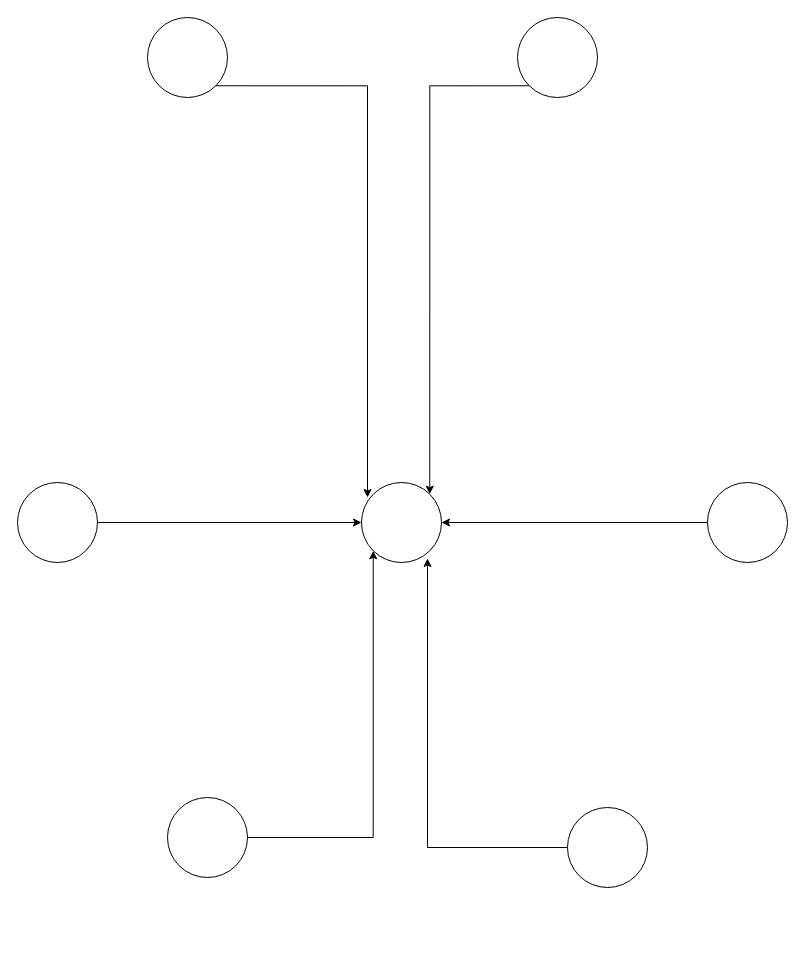
The draw.io diagram GoSolae.drawio in Diego4621996/primeroc, before the edit. Source tidied: cells renumbered, new cells numbered last; positions are measured from the earlier drawing's top-left corner, leaving out a move shared by most shapes. Both pictures are drawn from the tidied source at 100%, with x=0, y=0 at pixel (17, 17).
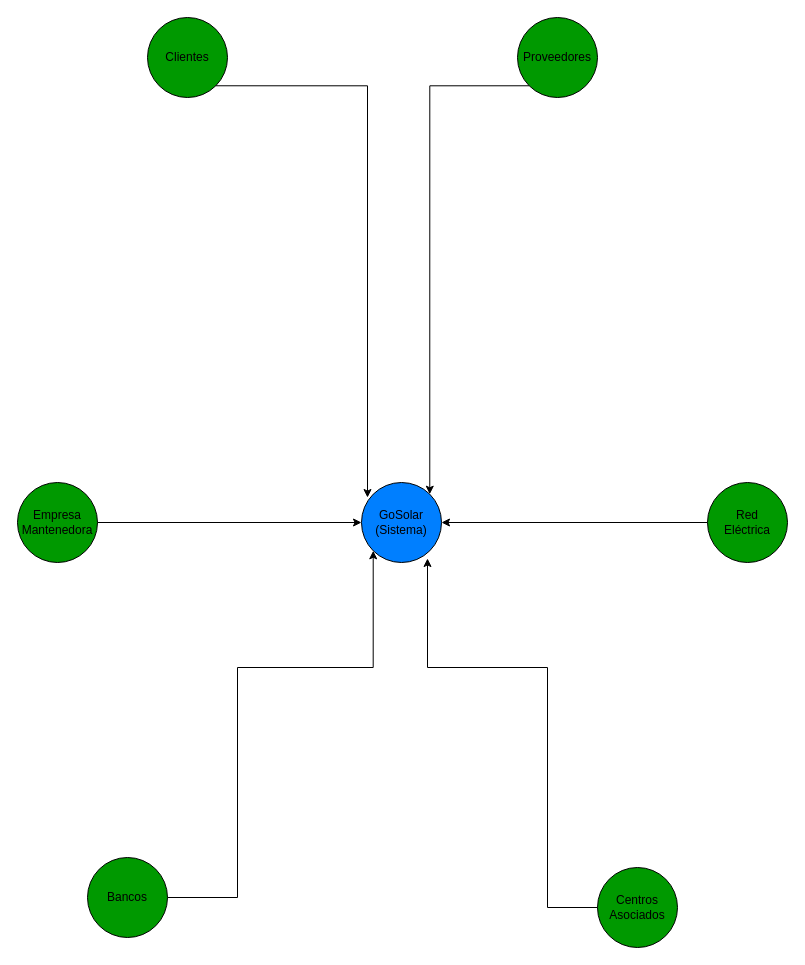
The same diagram, later.

The edit, as a diff of the source:
```diff
@@
-    <mxCell id="2" style="ellipse;whiteSpace=wrap;html=1;" parent="1" vertex="1">
+    <mxCell id="2" style="ellipse;whiteSpace=wrap;html=1;fillColor=#007FFF;" parent="1" vertex="1">
       <mxGeometry x="344" y="465" width="80" height="80" as="geometry" />
     </mxCell>
-    <mxCell id="3" style="ellipse;whiteSpace=wrap;html=1;" parent="1" vertex="1">
-      <mxGeometry x="550" y="790" width="80" height="80" as="geometry" />
+    <mxCell id="3" style="ellipse;whiteSpace=wrap;html=1;fillColor=#009900;" parent="1" vertex="1">
+      <mxGeometry x="580" y="850" width="80" height="80" as="geometry" />
     </mxCell>
     <mxCell id="4" style="edgeStyle=orthogonalEdgeStyle;rounded=0;jettySize=auto;html=1;exitX=1;exitY=0.5;exitDx=0;exitDy=0;entryX=0;entryY=1;entryDx=0;entryDy=0;" parent="1" edge="1" source="5" target="2">
-      <mxGeometry relative="1" as="geometry" />
+      <mxGeometry relative="1" as="geometry">
+        <Array as="points">
+          <mxPoint x="220" y="650" />
+          <mxPoint x="356" y="650" />
+        </Array>
+      </mxGeometry>
     </mxCell>
-    <mxCell id="5" style="ellipse;whiteSpace=wrap;html=1;" parent="1" vertex="1">
-      <mxGeometry x="150" y="780" width="80" height="80" as="geometry" />
+    <mxCell id="5" style="ellipse;whiteSpace=wrap;html=1;fillColor=#009900;" parent="1" vertex="1">
+      <mxGeometry x="70" y="840" width="80" height="80" as="geometry" />
     </mxCell>
-    <mxCell id="6" style="ellipse;whiteSpace=wrap;html=1;" parent="1" vertex="1">
+    <mxCell id="6" style="ellipse;whiteSpace=wrap;html=1;fillColor=#009900;" parent="1" vertex="1">
       <mxGeometry x="130" width="80" height="80" as="geometry" />
     </mxCell>
@@
-    <mxCell id="8" style="ellipse;whiteSpace=wrap;html=1;" parent="1" vertex="1">
+    <mxCell id="8" style="ellipse;whiteSpace=wrap;html=1;fillColor=#009900;" parent="1" vertex="1">
       <mxGeometry x="500" width="80" height="80" as="geometry" />
     </mxCell>
@@
-    <mxCell id="10" style="ellipse;whiteSpace=wrap;html=1;" parent="1" vertex="1">
+    <mxCell id="10" style="ellipse;whiteSpace=wrap;html=1;fillColor=#009900;" parent="1" vertex="1">
       <mxGeometry y="465" width="80" height="80" as="geometry" />
     </mxCell>
@@
-    <mxCell id="12" style="ellipse;whiteSpace=wrap;html=1;" parent="1" vertex="1">
+    <mxCell id="12" style="ellipse;whiteSpace=wrap;html=1;fillColor=#009900;" parent="1" vertex="1">
       <mxGeometry x="690" y="465" width="80" height="80" as="geometry" />
     </mxCell>
@@
     <mxCell id="14" style="edgeStyle=orthogonalEdgeStyle;rounded=0;jettySize=auto;html=1;exitX=0;exitY=0.5;exitDx=0;exitDy=0;entryX=0.825;entryY=0.95;entryDx=0;entryDy=0;entryPerimeter=0;" parent="1" edge="1" source="3" target="2">
-      <mxGeometry relative="1" as="geometry" />
+      <mxGeometry relative="1" as="geometry">
+        <Array as="points">
+          <mxPoint x="530" y="890" />
+          <mxPoint x="530" y="650" />
+          <mxPoint x="410" y="650" />
+        </Array>
+      </mxGeometry>
     </mxCell>
+    <mxCell id="15" value="&lt;div&gt;GoSolar&lt;/div&gt;&lt;div&gt;(Sistema)&lt;br&gt;&lt;/div&gt;" style="text;html=1;align=center;verticalAlign=middle;whiteSpace=wrap;rounded=0;" parent="1" vertex="1">
+      <mxGeometry x="354" y="490" width="60" height="30" as="geometry" />
+    </mxCell>
+    <mxCell id="16" value="&lt;div&gt;Clientes&lt;/div&gt;" style="text;html=1;align=center;verticalAlign=middle;whiteSpace=wrap;rounded=0;" parent="1" vertex="1">
+      <mxGeometry x="140" y="25" width="60" height="30" as="geometry" />
+    </mxCell>
+    <mxCell id="17" value="Proveedores" style="text;html=1;align=center;verticalAlign=middle;whiteSpace=wrap;rounded=0;" parent="1" vertex="1">
+      <mxGeometry x="510" y="25" width="60" height="30" as="geometry" />
+    </mxCell>
+    <mxCell id="18" value="Red Eléctrica" style="text;html=1;align=center;verticalAlign=middle;whiteSpace=wrap;rounded=0;" parent="1" vertex="1">
+      <mxGeometry x="700" y="490" width="60" height="30" as="geometry" />
+    </mxCell>
+    <mxCell id="19" value="&lt;div&gt;Empresa&lt;/div&gt;&lt;div&gt;Mantenedora&lt;br&gt;&lt;/div&gt;" style="text;html=1;align=center;verticalAlign=middle;whiteSpace=wrap;rounded=0;" parent="1" vertex="1">
+      <mxGeometry x="10" y="490" width="60" height="30" as="geometry" />
+    </mxCell>
+    <mxCell id="20" value="Bancos" style="text;html=1;align=center;verticalAlign=middle;whiteSpace=wrap;rounded=0;" parent="1" vertex="1">
+      <mxGeometry x="80" y="865" width="60" height="30" as="geometry" />
+    </mxCell>
+    <mxCell id="21" value="&lt;div&gt;Centros &lt;br&gt;&lt;/div&gt;&lt;div&gt;Asociados&lt;br&gt;&lt;/div&gt;" style="text;html=1;align=center;verticalAlign=middle;whiteSpace=wrap;rounded=0;" parent="1" vertex="1">
+      <mxGeometry x="590" y="875" width="60" height="30" as="geometry" />
+    </mxCell>
```
